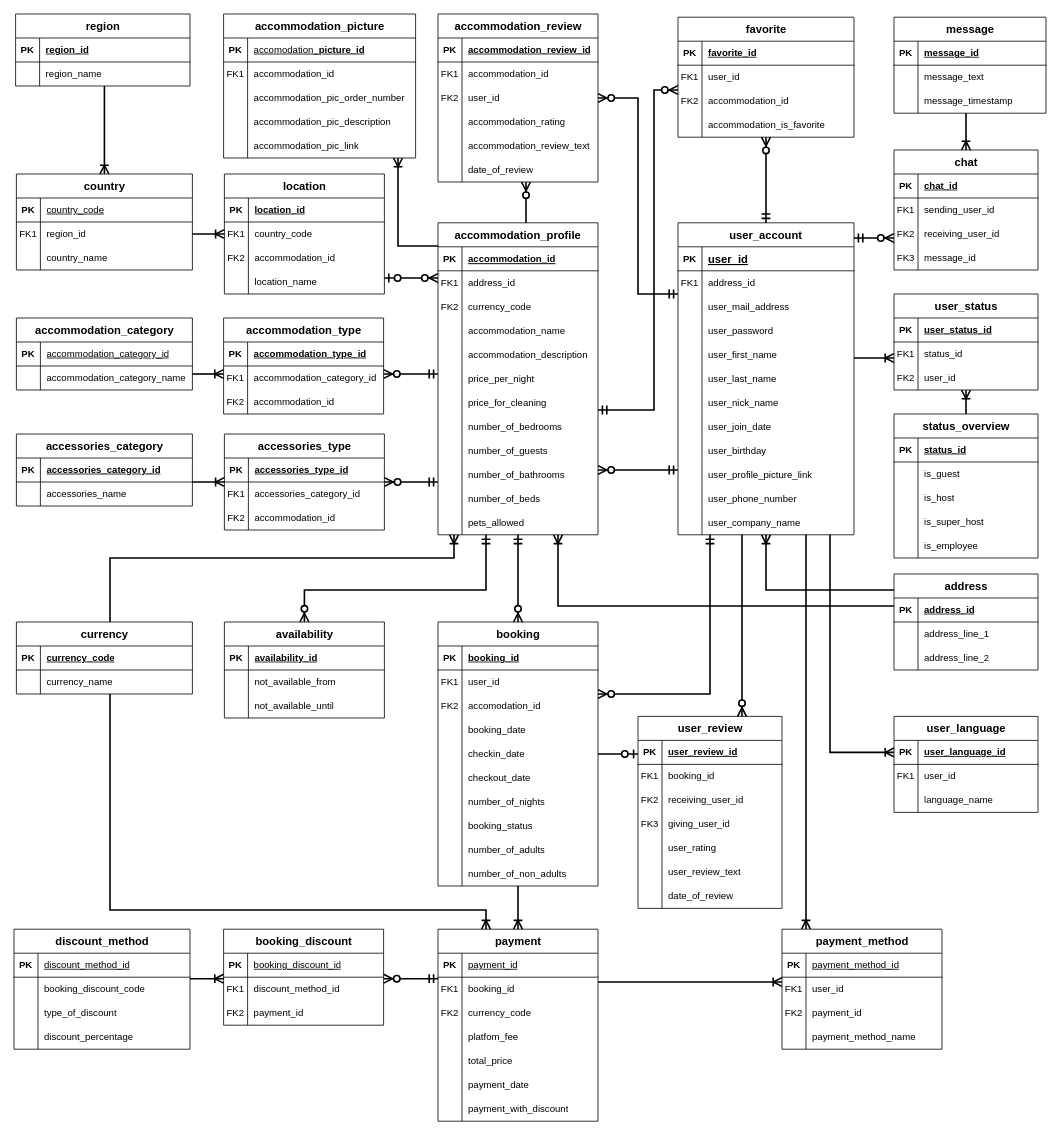
Above: Steffbnb.drawio in DaSteff91/SQL_Repo (draw.io), before the change. Source tidied: cells renumbered, new cells numbered last; positions are measured from the earlier drawing's top-left corner, leaving out a move shared by most shapes. Both pictures are drawn from the tidied source at 80%, with x=0, y=0 at pixel (14, 14).
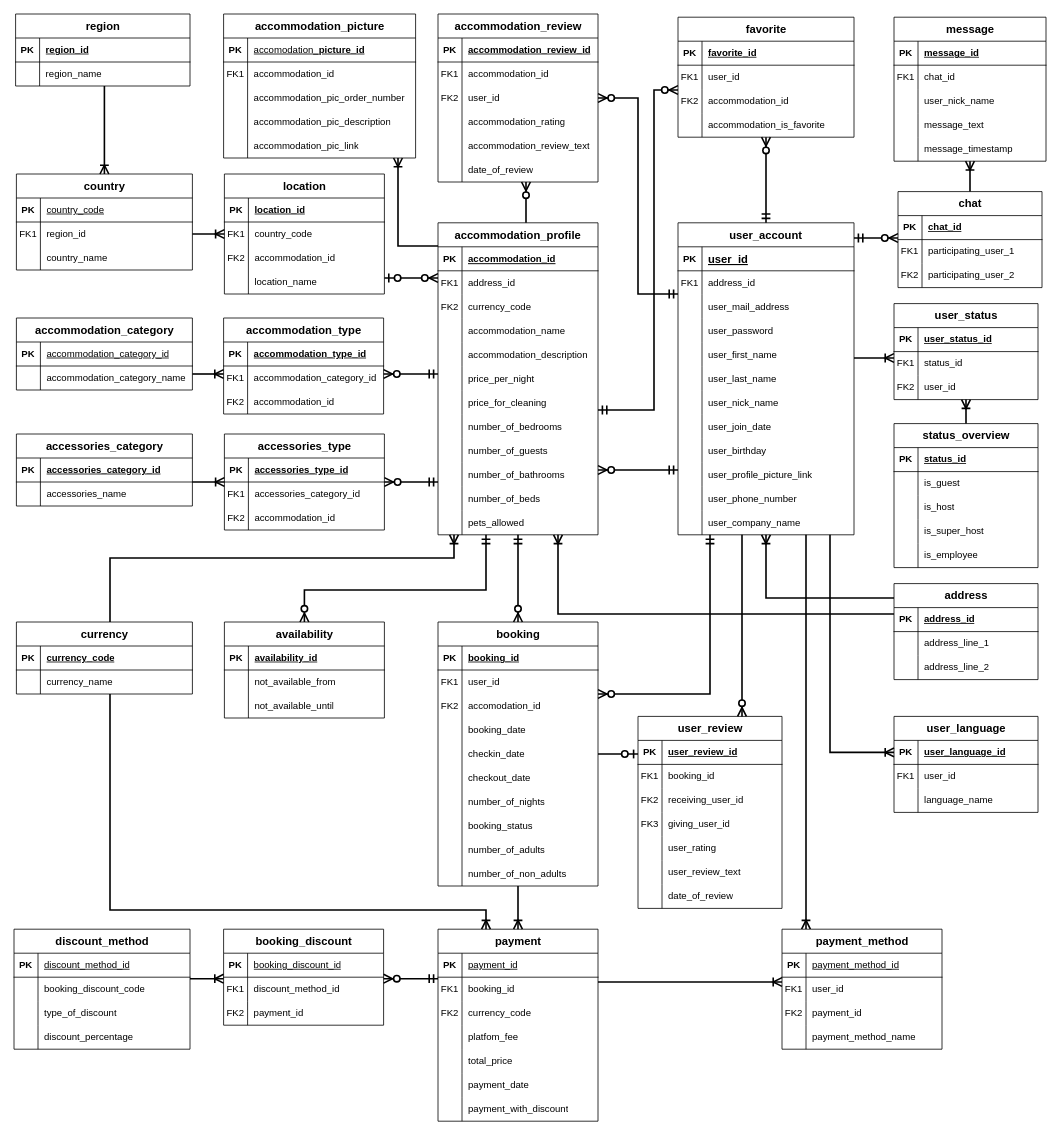
Above is the later version.

Commit message:
Made some changes at the chat feature

The change refers to these unchanged cells:
```xml
<mxCell id="2" value="user_account" style="shape=table;startSize=30;childLayout=tableLayout;rowLines=0;fontStyle=1;align=center;fontSize=14;resizeLastRow=0;swimlaneHead=1;swimlaneBody=1;horizontal=1;portConstraintRotation=0;noLabel=0;labelBackgroundColor=none;" parent="1" vertex="1">
  <mxGeometry x="830" y="261" width="220" height="390" as="geometry" />
</mxCell>
<mxCell id="39" value="accommodation_profile" style="shape=table;startSize=30;childLayout=tableLayout;rowLines=0;fontStyle=1;align=center;fontSize=14;labelBackgroundColor=none;" parent="1" vertex="1">
  <mxGeometry x="530" y="261" width="200" height="390" as="geometry" />
</mxCell>
<mxCell id="180" style="shape=tableRow;horizontal=0;startSize=0;swimlaneHead=0;swimlaneBody=0;fillColor=none;top=0;left=0;right=0;bottom=0;labelBackgroundColor=none;" parent="176" vertex="1">
  <mxGeometry y="60" width="180" height="30" as="geometry" />
</mxCell>
<mxCell id="183" style="shape=tableRow;horizontal=0;startSize=0;swimlaneHead=0;swimlaneBody=0;fillColor=none;top=0;left=0;right=0;bottom=0;labelBackgroundColor=none;" parent="176" vertex="1">
  <mxGeometry y="90" width="180" height="30" as="geometry" />
</mxCell>
```

What changed in the source:
```diff
@@
     <mxCell id="176" value="chat" style="shape=table;startSize=30;childLayout=tableLayout;rowLines=0;fontStyle=1;align=center;html=1;fontSize=14;labelBackgroundColor=none;" parent="1" vertex="1">
-      <mxGeometry x="1100" y="170" width="180" height="150" as="geometry" />
+      <mxGeometry x="1105" y="222" width="180" height="120" as="geometry" />
     </mxCell>
@@
-    <mxCell id="182" value="sending_user_id" style="shape=partialRectangle;fillColor=none;top=0;left=0;bottom=0;right=0;align=left;spacingLeft=6;overflow=hidden;whiteSpace=wrap;html=1;labelBackgroundColor=none;" parent="180" vertex="1">
+    <mxCell id="182" value="participating_user_1" style="shape=partialRectangle;fillColor=none;top=0;left=0;bottom=0;right=0;align=left;spacingLeft=6;overflow=hidden;whiteSpace=wrap;html=1;labelBackgroundColor=none;" parent="180" vertex="1">
       <mxGeometry x="30" width="150" height="30" as="geometry" />
     </mxCell>
@@
-    <mxCell id="185" value="receiving_user_id" style="shape=partialRectangle;fillColor=none;top=0;left=0;bottom=0;right=0;align=left;spacingLeft=6;overflow=hidden;whiteSpace=wrap;html=1;labelBackgroundColor=none;" parent="183" vertex="1">
+    <mxCell id="185" value="participating_user_2" style="shape=partialRectangle;fillColor=none;top=0;left=0;bottom=0;right=0;align=left;spacingLeft=6;overflow=hidden;whiteSpace=wrap;html=1;labelBackgroundColor=none;" parent="183" vertex="1">
       <mxGeometry x="30" width="150" height="30" as="geometry" />
     </mxCell>
-    <mxCell id="186" style="shape=tableRow;horizontal=0;startSize=0;swimlaneHead=0;swimlaneBody=0;fillColor=none;top=0;left=0;right=0;bottom=0;labelBackgroundColor=none;" parent="176" vertex="1">
-      <mxGeometry y="120" width="180" height="30" as="geometry" />
-    </mxCell>
-    <mxCell id="187" value="FK3" style="shape=partialRectangle;fillColor=none;top=0;left=0;bottom=0;right=0;overflow=hidden;whiteSpace=wrap;html=1;labelBackgroundColor=none;" parent="186" vertex="1">
-      <mxGeometry width="30" height="30" as="geometry" />
-    </mxCell>
-    <mxCell id="188" value="message_id" style="shape=partialRectangle;fillColor=none;top=0;left=0;bottom=0;right=0;align=left;spacingLeft=6;overflow=hidden;whiteSpace=wrap;html=1;labelBackgroundColor=none;" parent="186" vertex="1">
-      <mxGeometry x="30" width="150" height="30" as="geometry" />
-    </mxCell>
     <mxCell id="189" value="message" style="shape=table;startSize=30;childLayout=tableLayout;rowLines=0;fontStyle=1;align=center;html=1;fontSize=14;labelBackgroundColor=none;" parent="1" vertex="1">
-      <mxGeometry x="1100" y="4" width="190" height="120" as="geometry" />
+      <mxGeometry x="1100" y="4" width="190" height="180" as="geometry" />
     </mxCell>
@@
+    <mxCell id="417" style="shape=tableRow;horizontal=0;startSize=0;swimlaneHead=0;swimlaneBody=0;fillColor=none;top=0;left=0;right=0;bottom=0;labelBackgroundColor=none;" parent="189" vertex="1">
+      <mxGeometry y="60" width="190" height="30" as="geometry" />
+    </mxCell>
+    <mxCell id="418" value="FK1" style="shape=partialRectangle;fillColor=none;top=0;left=0;bottom=0;right=0;overflow=hidden;whiteSpace=wrap;html=1;labelBackgroundColor=none;" parent="417" vertex="1">
+      <mxGeometry width="30" height="30" as="geometry" />
+    </mxCell>
+    <mxCell id="419" value="chat_id" style="shape=partialRectangle;fillColor=none;top=0;left=0;bottom=0;right=0;align=left;spacingLeft=6;overflow=hidden;whiteSpace=wrap;html=1;labelBackgroundColor=none;" parent="417" vertex="1">
+      <mxGeometry x="30" width="160" height="30" as="geometry" />
+    </mxCell>
+    <mxCell id="420" style="shape=tableRow;horizontal=0;startSize=0;swimlaneHead=0;swimlaneBody=0;fillColor=none;top=0;left=0;right=0;bottom=0;labelBackgroundColor=none;" parent="189" vertex="1">
+      <mxGeometry y="90" width="190" height="30" as="geometry" />
+    </mxCell>
+    <mxCell id="421" style="shape=partialRectangle;fillColor=none;top=0;left=0;bottom=0;right=0;overflow=hidden;whiteSpace=wrap;html=1;labelBackgroundColor=none;" parent="420" vertex="1">
+      <mxGeometry width="30" height="30" as="geometry" />
+    </mxCell>
+    <mxCell id="422" value="user_nick_name" style="shape=partialRectangle;fillColor=none;top=0;left=0;bottom=0;right=0;align=left;spacingLeft=6;overflow=hidden;whiteSpace=wrap;html=1;labelBackgroundColor=none;" parent="420" vertex="1">
+      <mxGeometry x="30" width="160" height="30" as="geometry" />
+    </mxCell>
     <mxCell id="193" style="shape=tableRow;horizontal=0;startSize=0;swimlaneHead=0;swimlaneBody=0;fillColor=none;top=0;left=0;right=0;bottom=0;labelBackgroundColor=none;" parent="189" vertex="1">
-      <mxGeometry y="60" width="190" height="30" as="geometry" />
+      <mxGeometry y="120" width="190" height="30" as="geometry" />
     </mxCell>
@@
     <mxCell id="196" style="shape=tableRow;horizontal=0;startSize=0;swimlaneHead=0;swimlaneBody=0;fillColor=none;top=0;left=0;right=0;bottom=0;labelBackgroundColor=none;" parent="189" vertex="1">
-      <mxGeometry y="90" width="190" height="30" as="geometry" />
+      <mxGeometry y="150" width="190" height="30" as="geometry" />
     </mxCell>
@@
     <mxCell id="231" value="address" style="shape=table;startSize=30;childLayout=tableLayout;rowLines=0;fontStyle=1;align=center;html=1;fontSize=14;labelBackgroundColor=none;" parent="1" vertex="1">
-      <mxGeometry x="1100" y="700" width="180" height="120" as="geometry" />
+      <mxGeometry x="1100" y="712" width="180" height="120" as="geometry" />
     </mxCell>
@@
     <mxCell id="245" value="status_overview" style="shape=table;startSize=30;childLayout=tableLayout;rowLines=0;fontStyle=1;align=center;html=1;fontSize=14;labelBackgroundColor=none;" parent="1" vertex="1">
-      <mxGeometry x="1100" y="500" width="180" height="180" as="geometry" />
+      <mxGeometry x="1100" y="512" width="180" height="180" as="geometry" />
     </mxCell>
@@
     <mxCell id="264" value="user_status" style="shape=table;startSize=30;childLayout=tableLayout;rowLines=0;fontStyle=1;align=center;html=1;fontSize=14;labelBackgroundColor=none;" parent="1" vertex="1">
-      <mxGeometry x="1100" y="350" width="180" height="120" as="geometry" />
+      <mxGeometry x="1100" y="362" width="180" height="120" as="geometry" />
     </mxCell>
@@
     <mxCell id="325" style="edgeStyle=orthogonalEdgeStyle;fontSize=12;html=1;endArrow=ERoneToMany;rounded=0;startSize=8;endSize=8;strokeWidth=2;labelBackgroundColor=none;fontColor=default;" parent="1" edge="1" source="231" target="2">
       <mxGeometry relative="1" as="geometry">
         <Array as="points">
-          <mxPoint x="940" y="720" />
+          <mxPoint x="940" y="730" />
         </Array>
       </mxGeometry>
     </mxCell>
@@
-    <mxCell id="327" style="edgeStyle=orthogonalEdgeStyle;fontSize=12;html=1;endArrow=ERoneToMany;rounded=0;startSize=8;endSize=8;strokeWidth=2;labelBackgroundColor=none;fontColor=default;" parent="1" edge="1" source="189" target="176">
+    <mxCell id="327" style="edgeStyle=orthogonalEdgeStyle;fontSize=12;html=1;endArrow=ERoneToMany;rounded=0;startSize=8;endSize=8;strokeWidth=2;labelBackgroundColor=none;fontColor=default;" parent="1" edge="1" source="176" target="189">
       <mxGeometry relative="1" as="geometry">
         <Array as="points">
-          <mxPoint x="1190" y="140" />
-          <mxPoint x="1190" y="140" />
+          <mxPoint x="1195" y="160" />
+          <mxPoint x="1195" y="160" />
         </Array>
       </mxGeometry>
     </mxCell>
@@
     <mxCell id="363" style="fontSize=12;html=1;endArrow=ERoneToMany;rounded=0;startSize=8;endSize=8;strokeWidth=2;edgeStyle=orthogonalEdgeStyle;labelBackgroundColor=none;fontColor=default;" parent="1" edge="1" source="231" target="39">
       <mxGeometry relative="1" as="geometry">
         <Array as="points">
-          <mxPoint x="680" y="740" />
+          <mxPoint x="680" y="750" />
         </Array>
       </mxGeometry>
     </mxCell>
```
